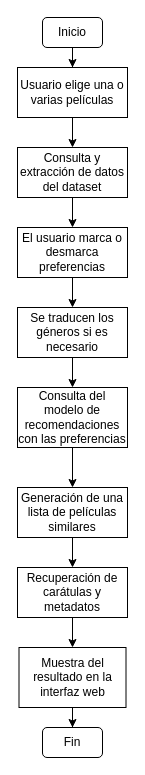
JuitoMG/recomendador-peliculas keeps this draw.io diagram as docs/flujo_recomendador.drawio. Above is the earlier version. Source tidied: cells renumbered, new cells numbered last; positions are measured from the earlier drawing's top-left corner, leaving out a move shared by most shapes. Both pictures are drawn from the tidied source at 100%, with x=0, y=0 at pixel (17, 17).
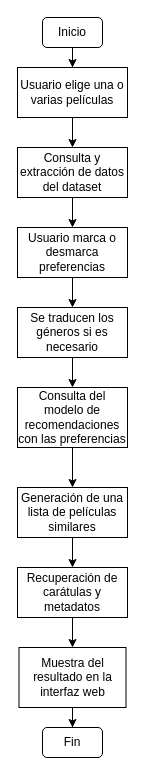
The same diagram, later.

Commit message (it also covers changes not shown here):
Fix: Corregido el diagrama, emojis incompatibles y árbol de carpetas

The edit, as a diff of the source:
```diff
@@
-    <mxCell id="9" value="El usuario marca o desmarca preferencias" style="rounded=0;whiteSpace=wrap;html=1;" parent="1" vertex="1">
+    <mxCell id="9" value="Usuario marca o desmarca preferencias" style="rounded=0;whiteSpace=wrap;html=1;" parent="1" vertex="1">
       <mxGeometry y="210" width="110" height="50" as="geometry" />
     </mxCell>
```
